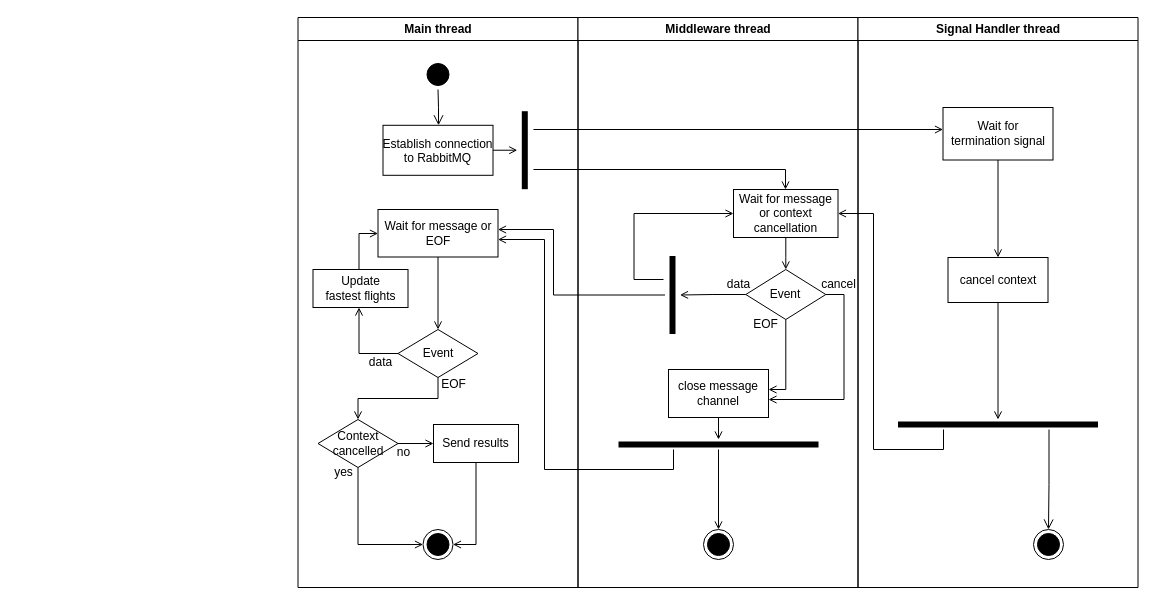
Above: page "Page-1" (1 of 2) of docs/diagramas/DiagramaActividadesQ3Q4.drawio in FranciscoPereira987/tp1-distribuidos-grupo5 (draw.io), before the change. Source tidied: cells renumbered, new cells numbered last; positions are measured from the earlier drawing's top-left corner, leaving out a move shared by most shapes. Both pictures are drawn from the tidied source at 100%, with x=0, y=0 at pixel (297, 17).
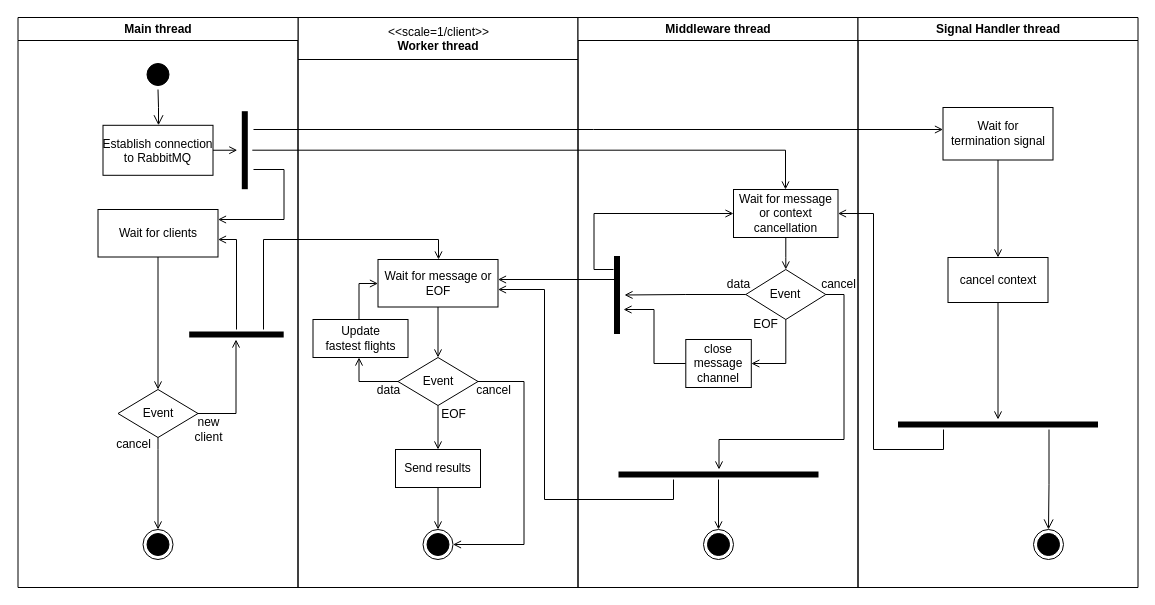
Above is the later version.

Commit message (it also covers changes not shown here):
update activity diagram for query 3

Unchanged cells that the change refers to:
```xml
<mxCell id="18" style="ellipse;html=1;shape=endState;fillColor=#000000;strokeColor=#000000;" parent="2" vertex="1">
  <mxGeometry x="125" y="512" width="30" height="30" as="geometry" />
</mxCell>
<mxCell id="25" value="Middleware thread" style="swimlane;whiteSpace=wrap;" parent="1" vertex="1">
  <mxGeometry x="280.5" width="280" height="570" as="geometry" />
</mxCell>
<mxCell id="27" value="Wait for message or context cancellation" style="rounded=0;whiteSpace=wrap;html=1;" parent="25" vertex="1">
  <mxGeometry x="155.5" y="172" width="104.5" height="48" as="geometry" />
</mxCell>
<mxCell id="32" value="Event" style="rhombus;whiteSpace=wrap;html=1;" parent="25" vertex="1">
  <mxGeometry x="167.8" y="252" width="80" height="50" as="geometry" />
</mxCell>
<mxCell id="45" value="&lt;div&gt;Wait for&lt;/div&gt;&lt;div&gt;termination signal&lt;/div&gt;" style="rounded=0;whiteSpace=wrap;html=1;" parent="43" vertex="1">
  <mxGeometry x="85" y="90" width="110" height="52.5" as="geometry" />
</mxCell>
```

Change to the diagram source:
```diff
@@
-    <mxCell id="2" value="Main thread" style="swimlane;whiteSpace=wrap;" parent="1" vertex="1">
+    <mxCell id="2" value="&#10;Worker thread " style="swimlane;whiteSpace=wrap;fontStyle=1;startSize=42;" parent="1" vertex="1">
       <mxGeometry x="0.5" width="280" height="570" as="geometry" />
     </mxCell>
-    <mxCell id="3" style="ellipse;shape=startState;fillColor=#000000;strokeColor=#000000;" parent="2" vertex="1">
-      <mxGeometry x="125" y="42" width="30" height="30" as="geometry" />
-    </mxCell>
-    <mxCell id="4" style="edgeStyle=elbowEdgeStyle;elbow=horizontal;verticalAlign=bottom;endArrow=open;endSize=8;strokeColor=#000000;endFill=1;rounded=0;" parent="2" edge="1" source="3" target="5">
-      <mxGeometry x="100" y="40" as="geometry" />
-    </mxCell>
-    <mxCell id="5" value="Establish connection&#10;to RabbitMQ" style="strokeColor=#000000;" parent="2" vertex="1">
-      <mxGeometry x="85" y="107.8" width="110" height="50" as="geometry" />
-    </mxCell>
-    <mxCell id="6" style="endArrow=open;strokeColor=#000000;endFill=1;rounded=0;" parent="2" edge="1" source="5" target="7">
-      <mxGeometry relative="1" as="geometry" />
-    </mxCell>
-    <mxCell id="7" style="shape=line;strokeWidth=6;strokeColor=#000000;rotation=-90;" parent="2" vertex="1">
-      <mxGeometry x="187.8" y="125.2" width="78" height="15" as="geometry" />
-    </mxCell>
@@
     <mxCell id="9" value="&lt;div&gt;Wait for message or EOF&lt;br&gt;&lt;/div&gt;" style="rounded=0;whiteSpace=wrap;html=1;" parent="2" vertex="1">
-      <mxGeometry x="80" y="192" width="120" height="47.5" as="geometry" />
+      <mxGeometry x="80" y="242" width="120" height="47.5" as="geometry" />
     </mxCell>
+    <mxCell id="55" style="edgeStyle=orthogonalEdgeStyle;rounded=0;jettySize=auto;html=1;endArrow=open;endFill=0;" parent="2" edge="1" source="10" target="12">
+      <mxGeometry relative="1" as="geometry" />
+    </mxCell>
     <mxCell id="10" value="Event" style="rhombus;whiteSpace=wrap;html=1;" parent="2" vertex="1">
-      <mxGeometry x="100" y="312" width="80" height="48" as="geometry" />
+      <mxGeometry x="100" y="340" width="80" height="48" as="geometry" />
     </mxCell>
-    <mxCell id="11" style="edgeStyle=orthogonalEdgeStyle;rounded=0;jettySize=auto;html=1;endArrow=open;endFill=0;" parent="2" edge="1" source="12" target="18">
+    <mxCell id="11" style="edgeStyle=orthogonalEdgeStyle;rounded=0;jettySize=auto;html=1;endArrow=open;endFill=0;" parent="2" edge="1" source="10" target="18">
       <mxGeometry relative="1" as="geometry">
         <Array as="points">
-          <mxPoint x="178" y="527" />
+          <mxPoint x="226" y="364" />
+          <mxPoint x="226" y="527" />
         </Array>
       </mxGeometry>
     </mxCell>
+    <mxCell id="56" style="edgeStyle=orthogonalEdgeStyle;rounded=0;jettySize=auto;html=1;endArrow=open;endFill=0;" parent="2" edge="1" source="12" target="18">
+      <mxGeometry relative="1" as="geometry" />
+    </mxCell>
     <mxCell id="12" value="Send results" style="html=1;whiteSpace=wrap;" parent="2" vertex="1">
-      <mxGeometry x="135.5" y="407" width="85" height="38" as="geometry" />
+      <mxGeometry x="97.5" y="432" width="85" height="38" as="geometry" />
     </mxCell>
-    <mxCell id="13" style="edgeStyle=orthogonalEdgeStyle;rounded=0;jettySize=auto;html=1;endArrow=open;endFill=0;" parent="2" edge="1" source="22" target="12">
-      <mxGeometry relative="1" as="geometry">
-        <Array as="points">
-          <mxPoint x="126" y="426" />
-          <mxPoint x="126" y="426" />
-        </Array>
-      </mxGeometry>
-    </mxCell>
     <mxCell id="14" value="EOF" style="text;html=1;align=center;verticalAlign=middle;strokeColor=none;fillColor=none;" parent="2" vertex="1">
-      <mxGeometry x="135.5" y="352" width="40" height="30" as="geometry" />
+      <mxGeometry x="135.5" y="382" width="40" height="30" as="geometry" />
     </mxCell>
     <mxCell id="15" style="edgeStyle=orthogonalEdgeStyle;rounded=0;jettySize=auto;html=1;endArrow=open;endFill=0;" parent="2" edge="1" source="16" target="9">
       <mxGeometry relative="1" as="geometry">
         <Array as="points">
-          <mxPoint x="61" y="216" />
+          <mxPoint x="61" y="266" />
         </Array>
       </mxGeometry>
     </mxCell>
     <mxCell id="16" value="&lt;div&gt;Update&lt;/div&gt;&lt;div&gt;fastest flights&lt;/div&gt;" style="html=1;whiteSpace=wrap;" parent="2" vertex="1">
-      <mxGeometry x="15" y="252" width="95" height="38" as="geometry" />
+      <mxGeometry x="15" y="302" width="95" height="38" as="geometry" />
     </mxCell>
     <mxCell id="17" style="edgeStyle=orthogonalEdgeStyle;rounded=0;jettySize=auto;html=1;endArrow=open;endFill=0;" parent="2" edge="1" source="10" target="16">
       <mxGeometry relative="1" as="geometry">
         <Array as="points">
-          <mxPoint x="61" y="336" />
+          <mxPoint x="61" y="364" />
         </Array>
       </mxGeometry>
     </mxCell>
@@
     <mxCell id="19" value="data" style="text;html=1;align=center;verticalAlign=middle;strokeColor=none;fillColor=none;" parent="2" vertex="1">
-      <mxGeometry x="62.5" y="330" width="40" height="30" as="geometry" />
+      <mxGeometry x="70" y="358" width="40" height="30" as="geometry" />
     </mxCell>
-    <mxCell id="20" style="edgeStyle=orthogonalEdgeStyle;rounded=0;jettySize=auto;html=1;endArrow=open;endFill=0;" parent="2" edge="1" source="10" target="22">
-      <mxGeometry relative="1" as="geometry" />
-    </mxCell>
-    <mxCell id="21" style="edgeStyle=orthogonalEdgeStyle;rounded=0;jettySize=auto;html=1;endArrow=open;endFill=0;" parent="2" edge="1" source="22" target="18">
-      <mxGeometry relative="1" as="geometry">
-        <Array as="points">
-          <mxPoint x="60" y="527" />
-        </Array>
-      </mxGeometry>
-    </mxCell>
-    <mxCell id="22" value="&lt;div&gt;Context cancelled&lt;br&gt;&lt;/div&gt;" style="rhombus;whiteSpace=wrap;html=1;" parent="2" vertex="1">
-      <mxGeometry x="20" y="402" width="80" height="48" as="geometry" />
-    </mxCell>
-    <mxCell id="23" value="yes" style="text;html=1;align=center;verticalAlign=middle;strokeColor=none;fillColor=none;" parent="2" vertex="1">
-      <mxGeometry x="25.5" y="440" width="40" height="30" as="geometry" />
-    </mxCell>
-    <mxCell id="24" value="no" style="text;html=1;align=center;verticalAlign=middle;strokeColor=none;fillColor=none;" parent="2" vertex="1">
-      <mxGeometry x="85" y="420" width="40" height="30" as="geometry" />
-    </mxCell>
+    <mxCell id="57" value="cancel" style="text;html=1;align=center;verticalAlign=middle;strokeColor=none;fillColor=none;" parent="2" vertex="1">
+      <mxGeometry x="165.5" y="358" width="60" height="30" as="geometry" />
+    </mxCell>
+    <mxCell id="58" value="&amp;lt;&amp;lt;scale=1/client&amp;gt;&amp;gt;" style="text;html=1;align=center;verticalAlign=middle;strokeColor=none;fillColor=none;" parent="2" vertex="1">
+      <mxGeometry x="75" width="130" height="30" as="geometry" />
+    </mxCell>
@@
-    <mxCell id="26" style="edgeStyle=orthogonalEdgeStyle;rounded=0;jettySize=auto;html=1;endArrow=open;endFill=0;" parent="25" edge="1" target="45">
-      <mxGeometry relative="1" as="geometry">
-        <mxPoint x="-44.5" y="112" as="sourcePoint" />
-        <Array as="points">
-          <mxPoint x="56" y="112" />
-          <mxPoint x="56" y="112" />
-        </Array>
-      </mxGeometry>
-    </mxCell>
@@
-    <mxCell id="29" style="edgeStyle=orthogonalEdgeStyle;rounded=0;jettySize=auto;html=1;endArrow=open;endFill=0;" parent="25" edge="1" source="30" target="41">
-      <mxGeometry relative="1" as="geometry" />
-    </mxCell>
+    <mxCell id="59" style="edgeStyle=orthogonalEdgeStyle;rounded=0;jettySize=auto;html=1;endArrow=open;endFill=0;" parent="25" edge="1" source="30">
+      <mxGeometry relative="1" as="geometry">
+        <mxPoint x="45.5" y="292" as="targetPoint" />
+        <Array as="points">
+          <mxPoint x="76" y="346" />
+          <mxPoint x="76" y="292" />
+        </Array>
+      </mxGeometry>
+    </mxCell>
     <mxCell id="30" value="close message channel" style="rounded=0;whiteSpace=wrap;html=1;" parent="25" vertex="1">
-      <mxGeometry x="90.5" y="352" width="100" height="48" as="geometry" />
+      <mxGeometry x="107.8" y="322" width="65.5" height="48" as="geometry" />
     </mxCell>
-    <mxCell id="31" style="edgeStyle=orthogonalEdgeStyle;rounded=0;jettySize=auto;html=1;endArrow=open;endFill=0;" parent="25" edge="1" source="32" target="30">
+    <mxCell id="31" style="edgeStyle=orthogonalEdgeStyle;rounded=0;jettySize=auto;html=1;endArrow=open;endFill=0;" parent="25" edge="1" source="32" target="41">
       <mxGeometry relative="1" as="geometry">
         <Array as="points">
           <mxPoint x="266" y="277" />
-          <mxPoint x="266" y="382" />
+          <mxPoint x="266" y="422" />
+          <mxPoint x="141" y="422" />
         </Array>
       </mxGeometry>
     </mxCell>
@@
     <mxCell id="34" style="edgeStyle=orthogonalEdgeStyle;rounded=0;jettySize=auto;html=1;endArrow=open;endFill=0;" parent="25" edge="1" source="32" target="30">
       <mxGeometry relative="1" as="geometry">
         <Array as="points">
-          <mxPoint x="208" y="372" />
+          <mxPoint x="208" y="346" />
         </Array>
       </mxGeometry>
     </mxCell>
@@
     <mxCell id="36" style="edgeStyle=orthogonalEdgeStyle;rounded=0;jettySize=auto;html=1;endArrow=open;endFill=0;" parent="25" edge="1" target="27">
       <mxGeometry relative="1" as="geometry">
-        <mxPoint x="85.5" y="262" as="sourcePoint" />
+        <mxPoint x="35.5" y="252" as="sourcePoint" />
         <Array as="points">
-          <mxPoint x="56" y="262" />
-          <mxPoint x="56" y="196" />
+          <mxPoint x="16" y="252" />
+          <mxPoint x="16" y="196" />
         </Array>
       </mxGeometry>
     </mxCell>
     <mxCell id="37" style="shape=line;strokeWidth=6;strokeColor=#000000;rotation=90;" parent="25" vertex="1">
-      <mxGeometry x="55.5" y="270" width="78" height="15" as="geometry" />
+      <mxGeometry y="270" width="78" height="15" as="geometry" />
     </mxCell>
@@
     <mxCell id="41" style="shape=line;html=1;strokeWidth=6;strokeColor=#000000;" parent="25" vertex="1">
-      <mxGeometry x="40.5" y="422" width="200" height="10" as="geometry" />
+      <mxGeometry x="40.5" y="452" width="200" height="10" as="geometry" />
     </mxCell>
@@
-    <mxCell id="51" style="edgeStyle=orthogonalEdgeStyle;rounded=0;jettySize=auto;html=1;endArrow=open;endFill=0;" parent="1" edge="1" target="27">
+    <mxCell id="51" style="edgeStyle=orthogonalEdgeStyle;rounded=0;jettySize=auto;html=1;endArrow=open;endFill=0;" parent="1" edge="1" source="7" target="27">
       <mxGeometry relative="1" as="geometry">
-        <mxPoint x="236" y="152" as="sourcePoint" />
         <Array as="points">
-          <mxPoint x="488" y="152" />
+          <mxPoint x="488" y="133" />
         </Array>
       </mxGeometry>
     </mxCell>
     <mxCell id="52" style="edgeStyle=orthogonalEdgeStyle;rounded=0;jettySize=auto;html=1;endArrow=open;endFill=0;" parent="1" edge="1" source="37" target="9">
       <mxGeometry relative="1" as="geometry">
         <Array as="points">
-          <mxPoint x="256" y="278" />
-          <mxPoint x="256" y="212" />
+          <mxPoint x="320" y="262" />
         </Array>
       </mxGeometry>
     </mxCell>
@@
     <mxCell id="54" style="edgeStyle=orthogonalEdgeStyle;rounded=0;jettySize=auto;html=1;endArrow=open;endFill=0;" parent="1" edge="1" source="41" target="9">
       <mxGeometry relative="1" as="geometry">
         <Array as="points">
-          <mxPoint x="376" y="452" />
-          <mxPoint x="247" y="452" />
-          <mxPoint x="247" y="222" />
+          <mxPoint x="376" y="482" />
+          <mxPoint x="247" y="482" />
+          <mxPoint x="247" y="272" />
         </Array>
       </mxGeometry>
     </mxCell>
+    <mxCell id="60" value="Main thread" style="swimlane;whiteSpace=wrap;" parent="1" vertex="1">
+      <mxGeometry x="-279.5" width="280" height="570" as="geometry" />
+    </mxCell>
+    <mxCell id="3" style="ellipse;shape=startState;fillColor=#000000;strokeColor=#000000;" parent="60" vertex="1">
+      <mxGeometry x="125" y="42" width="30" height="30" as="geometry" />
+    </mxCell>
+    <mxCell id="4" style="edgeStyle=elbowEdgeStyle;elbow=horizontal;verticalAlign=bottom;endArrow=open;endSize=8;strokeColor=#000000;endFill=1;rounded=0;" parent="60" edge="1" source="3" target="5">
+      <mxGeometry x="100" y="40" as="geometry" />
+    </mxCell>
+    <mxCell id="5" value="Establish connection&#10;to RabbitMQ" style="strokeColor=#000000;" parent="60" vertex="1">
+      <mxGeometry x="85" y="107.8" width="110" height="50" as="geometry" />
+    </mxCell>
+    <mxCell id="6" style="endArrow=open;strokeColor=#000000;endFill=1;rounded=0;" parent="60" edge="1" source="5" target="7">
+      <mxGeometry relative="1" as="geometry" />
+    </mxCell>
+    <mxCell id="61" style="edgeStyle=orthogonalEdgeStyle;rounded=0;jettySize=auto;html=1;endArrow=open;endFill=0;" parent="60" edge="1" target="63">
+      <mxGeometry relative="1" as="geometry">
+        <mxPoint x="235.5" y="152" as="sourcePoint" />
+        <Array as="points">
+          <mxPoint x="266" y="152" />
+          <mxPoint x="266" y="202" />
+        </Array>
+      </mxGeometry>
+    </mxCell>
+    <mxCell id="7" style="shape=line;strokeWidth=6;strokeColor=#000000;rotation=-90;" parent="60" vertex="1">
+      <mxGeometry x="187.8" y="125.2" width="78" height="15" as="geometry" />
+    </mxCell>
+    <mxCell id="62" style="edgeStyle=orthogonalEdgeStyle;rounded=0;jettySize=auto;html=1;endArrow=open;endFill=0;" parent="60" edge="1" source="63" target="64">
+      <mxGeometry relative="1" as="geometry" />
+    </mxCell>
+    <mxCell id="63" value="&lt;div&gt;Wait for clients&lt;/div&gt;" style="rounded=0;whiteSpace=wrap;html=1;" parent="60" vertex="1">
+      <mxGeometry x="80" y="192" width="120" height="47.5" as="geometry" />
+    </mxCell>
+    <mxCell id="64" value="Event" style="rhombus;whiteSpace=wrap;html=1;" parent="60" vertex="1">
+      <mxGeometry x="100" y="372" width="80" height="48" as="geometry" />
+    </mxCell>
+    <mxCell id="65" style="edgeStyle=orthogonalEdgeStyle;rounded=0;jettySize=auto;html=1;endArrow=open;endFill=0;" parent="60" edge="1" source="64" target="69">
+      <mxGeometry relative="1" as="geometry">
+        <Array as="points">
+          <mxPoint x="140" y="432" />
+          <mxPoint x="140" y="432" />
+        </Array>
+      </mxGeometry>
+    </mxCell>
+    <mxCell id="66" value="cancel" style="text;html=1;align=center;verticalAlign=middle;strokeColor=none;fillColor=none;" parent="60" vertex="1">
+      <mxGeometry x="85" y="412" width="60" height="30" as="geometry" />
+    </mxCell>
+    <mxCell id="67" style="edgeStyle=orthogonalEdgeStyle;rounded=0;jettySize=auto;html=1;endArrow=open;endFill=0;" parent="60" edge="1" source="71" target="63">
+      <mxGeometry relative="1" as="geometry">
+        <Array as="points">
+          <mxPoint x="219" y="222" />
+        </Array>
+      </mxGeometry>
+    </mxCell>
+    <mxCell id="68" style="edgeStyle=orthogonalEdgeStyle;rounded=0;jettySize=auto;html=1;endArrow=open;endFill=0;" parent="60" edge="1" source="64" target="71">
+      <mxGeometry relative="1" as="geometry">
+        <Array as="points">
+          <mxPoint x="218" y="396" />
+        </Array>
+      </mxGeometry>
+    </mxCell>
+    <mxCell id="69" style="ellipse;html=1;shape=endState;fillColor=#000000;strokeColor=#000000;" parent="60" vertex="1">
+      <mxGeometry x="125" y="512" width="30" height="30" as="geometry" />
+    </mxCell>
+    <mxCell id="70" value="&lt;div&gt;new&lt;/div&gt;&lt;div&gt;client&lt;br&gt;&lt;/div&gt;" style="text;html=1;align=center;verticalAlign=middle;strokeColor=none;fillColor=none;" parent="60" vertex="1">
+      <mxGeometry x="165.5" y="392" width="50" height="40" as="geometry" />
+    </mxCell>
+    <mxCell id="71" style="shape=line;html=1;strokeWidth=6;strokeColor=#000000;" parent="60" vertex="1">
+      <mxGeometry x="171.2" y="312" width="94.5" height="10" as="geometry" />
+    </mxCell>
+    <mxCell id="26" style="edgeStyle=orthogonalEdgeStyle;rounded=0;jettySize=auto;html=1;endArrow=open;endFill=0;" parent="1" edge="1" target="45">
+      <mxGeometry relative="1" as="geometry">
+        <mxPoint x="-44" y="112" as="sourcePoint" />
+        <Array as="points">
+          <mxPoint x="296" y="112" />
+          <mxPoint x="296" y="112" />
+        </Array>
+      </mxGeometry>
+    </mxCell>
+    <mxCell id="72" style="edgeStyle=orthogonalEdgeStyle;rounded=0;jettySize=auto;html=1;endArrow=open;endFill=0;" parent="1" edge="1" source="71" target="9">
+      <mxGeometry relative="1" as="geometry">
+        <Array as="points">
+          <mxPoint x="-34" y="222" />
+          <mxPoint x="141" y="222" />
+        </Array>
+      </mxGeometry>
+    </mxCell>
```
